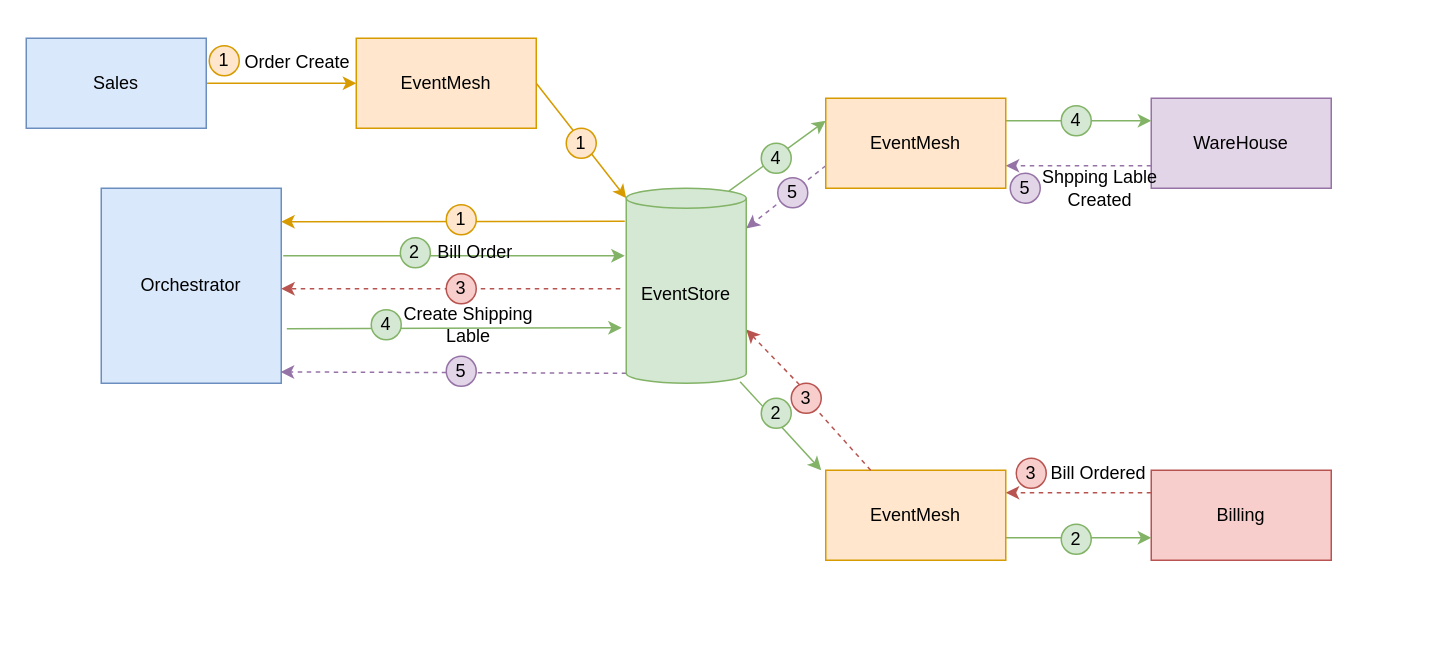
apache/eventmesh-site keeps this draw.io diagram as page "Page-11" (12 of 15) of eventmesh-multi-runtime.drawio. Above is the earlier version. Source tidied: cells renumbered, new cells numbered last; positions are measured from the earlier drawing's top-left corner, leaving out a move shared by most shapes. Both pictures are drawn from the tidied source at 150%, with x=0, y=0 at pixel (26, 38). Pictures stored in the file or linked from it are replaced by grey dashed boxes.
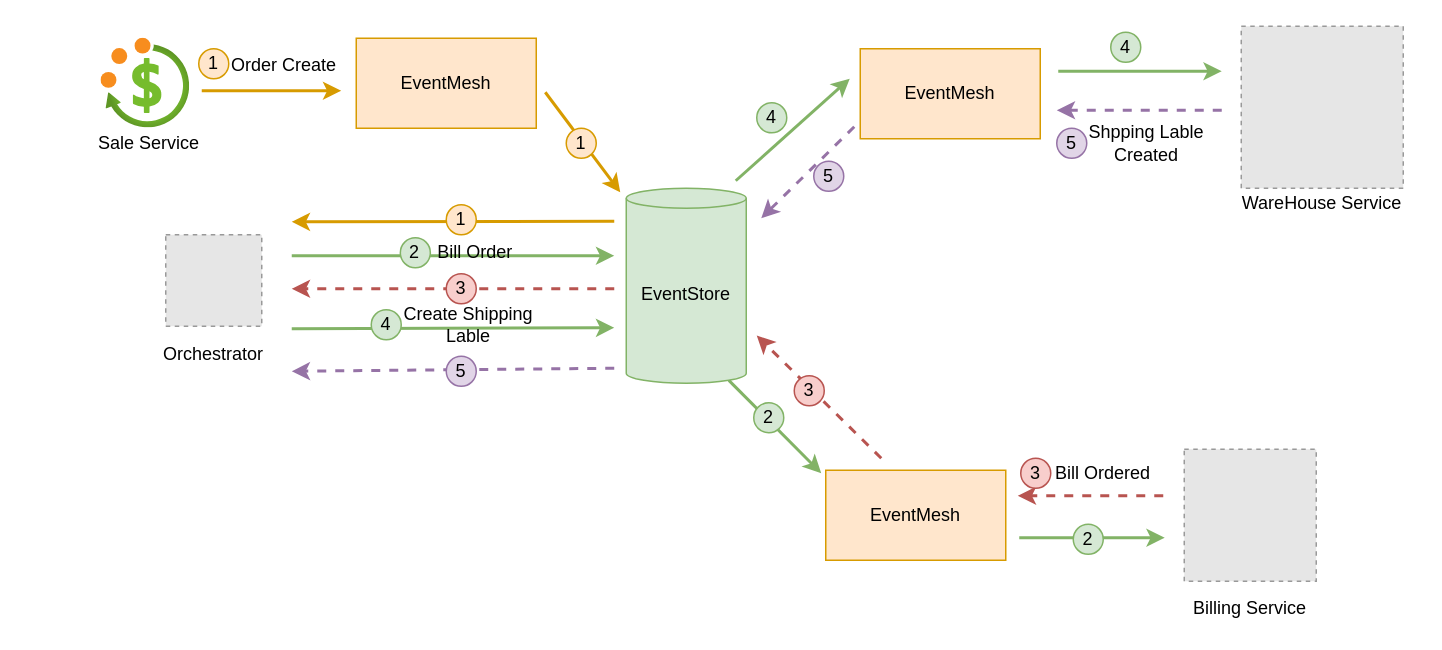
Above is the later version.

Unchanged cells that the change refers to:
```xml
<mxCell id="13" value="EventMesh" style="rounded=0;whiteSpace=wrap;html=1;strokeWidth=1;fillColor=#ffe6cc;strokeColor=#d79b00;" parent="1" vertex="1">
  <mxGeometry x="220" width="120" height="60" as="geometry" />
</mxCell>
<mxCell id="19" value="EventMesh" style="rounded=0;whiteSpace=wrap;html=1;strokeWidth=1;fillColor=#ffe6cc;strokeColor=#d79b00;" parent="1" vertex="1">
  <mxGeometry x="533" y="288" width="120" height="60" as="geometry" />
</mxCell>
<mxCell id="36" value="EventStore" style="shape=cylinder3;whiteSpace=wrap;html=1;boundedLbl=1;backgroundOutline=1;size=6.66668701171875;strokeColor=#82b366;strokeWidth=1;fillColor=#d5e8d4;" parent="1" vertex="1">
  <mxGeometry x="400" y="100" width="80" height="130" as="geometry" />
</mxCell>
```

Diff of the diagram source:
```diff
@@
-    <mxCell id="2" style="edgeStyle=none;rounded=0;jettySize=auto;html=1;fillColor=#d5e8d4;strokeColor=#82b366;exitX=0.949;exitY=0.992;exitDx=0;exitDy=0;exitPerimeter=0;" parent="1" edge="1" source="36">
+    <mxCell id="2" style="edgeStyle=none;rounded=0;jettySize=auto;html=1;fillColor=#d5e8d4;strokeColor=#82b366;strokeWidth=2;exitX=0.855;exitY=1;exitDx=0;exitDy=-1.9333392333984374;exitPerimeter=0;" parent="1" edge="1" source="36">
       <mxGeometry relative="1" as="geometry">
-        <mxPoint x="530" y="288" as="targetPoint" />
+        <mxPoint x="530" y="290" as="targetPoint" />
       </mxGeometry>
     </mxCell>
-    <mxCell id="3" style="edgeStyle=orthogonalEdgeStyle;rounded=0;jettySize=auto;html=1;exitX=1;exitY=0.5;exitDx=0;exitDy=0;fillColor=#ffe6cc;strokeColor=#d79b00;" parent="1" edge="1" source="4" target="13">
-      <mxGeometry relative="1" as="geometry" />
+    <mxCell id="3" style="edgeStyle=orthogonalEdgeStyle;rounded=0;orthogonalLoop=1;jettySize=auto;html=1;exitX=1;exitY=0.5;exitDx=0;exitDy=0;fillColor=#ffe6cc;strokeColor=#d79b00;strokeWidth=2;" parent="1" edge="1">
+      <mxGeometry relative="1" as="geometry">
+        <mxPoint x="117" y="35" as="sourcePoint" />
+        <mxPoint x="210" y="35" as="targetPoint" />
+      </mxGeometry>
     </mxCell>
-    <mxCell id="4" value="Sales" style="rounded=0;whiteSpace=wrap;html=1;strokeWidth=1;fillColor=#dae8fc;strokeColor=#6c8ebf;" parent="1" vertex="1">
-      <mxGeometry width="120" height="60" as="geometry" />
-    </mxCell>
-    <mxCell id="5" style="edgeStyle=none;rounded=0;jettySize=auto;html=1;exitX=0;exitY=0.75;exitDx=0;exitDy=0;entryX=1;entryY=0.75;entryDx=0;entryDy=0;fillColor=#e1d5e7;strokeColor=#9673a6;dashed=1;" parent="1" edge="1" source="6" target="16">
-      <mxGeometry relative="1" as="geometry" />
+    <mxCell id="5" style="edgeStyle=none;rounded=0;orthogonalLoop=1;jettySize=auto;html=1;entryX=1;entryY=0.75;entryDx=0;entryDy=0;fillColor=#e1d5e7;strokeColor=#9673a6;dashed=1;strokeWidth=2;" parent="1" edge="1">
+      <mxGeometry relative="1" as="geometry">
+        <mxPoint x="797" y="48" as="sourcePoint" />
+        <mxPoint x="687" y="48" as="targetPoint" />
+      </mxGeometry>
     </mxCell>
-    <mxCell id="6" value="WareHouse" style="rounded=0;whiteSpace=wrap;html=1;strokeWidth=1;fillColor=#e1d5e7;strokeColor=#9673a6;" parent="1" vertex="1">
-      <mxGeometry x="750" y="40" width="120" height="60" as="geometry" />
-    </mxCell>
-    <mxCell id="7" style="edgeStyle=none;rounded=0;jettySize=auto;html=1;exitX=0;exitY=0.25;exitDx=0;exitDy=0;dashed=1;fillColor=#f8cecc;strokeColor=#b85450;" parent="1" edge="1" source="8">
+    <mxCell id="7" style="edgeStyle=none;rounded=0;orthogonalLoop=1;jettySize=auto;html=1;exitX=0;exitY=0.25;exitDx=0;exitDy=0;dashed=1;fillColor=#f8cecc;strokeColor=#b85450;strokeWidth=2;" parent="1" edge="1">
       <mxGeometry relative="1" as="geometry">
-        <mxPoint x="653" y="303" as="targetPoint" />
+        <mxPoint x="758" y="305" as="sourcePoint" />
+        <mxPoint x="661" y="305" as="targetPoint" />
       </mxGeometry>
     </mxCell>
-    <mxCell id="8" value="Billing" style="rounded=0;whiteSpace=wrap;html=1;strokeWidth=1;fillColor=#f8cecc;strokeColor=#b85450;" parent="1" vertex="1">
-      <mxGeometry x="750" y="288" width="120" height="60" as="geometry" />
-    </mxCell>
-    <mxCell id="9" style="edgeStyle=none;rounded=0;orthogonalLoop=1;jettySize=auto;html=1;exitX=1.011;exitY=0.392;exitDx=0;exitDy=0;exitPerimeter=0;fillColor=#d5e8d4;strokeColor=#82b366;" parent="1" edge="1">
+    <mxCell id="9" style="edgeStyle=none;rounded=0;orthogonalLoop=1;jettySize=auto;html=1;exitX=1.011;exitY=0.392;exitDx=0;exitDy=0;exitPerimeter=0;fillColor=#d5e8d4;strokeColor=#82b366;strokeWidth=2;" parent="1" edge="1">
       <mxGeometry relative="1" as="geometry">
-        <mxPoint x="171.3" y="145" as="sourcePoint" />
-        <mxPoint x="399" y="145" as="targetPoint" />
+        <mxPoint x="177" y="145" as="sourcePoint" />
+        <mxPoint x="392" y="145" as="targetPoint" />
       </mxGeometry>
     </mxCell>
-    <mxCell id="10" style="edgeStyle=none;rounded=0;orthogonalLoop=1;jettySize=auto;html=1;exitX=1.031;exitY=0.797;exitDx=0;exitDy=0;exitPerimeter=0;fillColor=#d5e8d4;strokeColor=#82b366;" parent="1" edge="1">
+    <mxCell id="10" style="edgeStyle=none;rounded=0;orthogonalLoop=1;jettySize=auto;html=1;exitX=1.031;exitY=0.797;exitDx=0;exitDy=0;exitPerimeter=0;fillColor=#d5e8d4;strokeColor=#82b366;strokeWidth=2;" parent="1" edge="1">
       <mxGeometry relative="1" as="geometry">
-        <mxPoint x="173.7" y="193.6" as="sourcePoint" />
-        <mxPoint x="397" y="193" as="targetPoint" />
+        <mxPoint x="177" y="193.6" as="sourcePoint" />
+        <mxPoint x="392" y="193" as="targetPoint" />
       </mxGeometry>
     </mxCell>
-    <mxCell id="11" value="Orchestrator" style="rounded=0;whiteSpace=wrap;html=1;strokeWidth=1;fillColor=#dae8fc;strokeColor=#6c8ebf;" parent="1" vertex="1">
-      <mxGeometry x="50" y="100" width="120" height="130" as="geometry" />
-    </mxCell>
-    <mxCell id="12" style="rounded=0;jettySize=auto;html=1;exitX=1;exitY=0.5;exitDx=0;exitDy=0;entryX=0;entryY=0;entryDx=0;entryDy=6.66668701171875;entryPerimeter=0;fillColor=#ffe6cc;strokeColor=#d79b00;" parent="1" edge="1" source="13" target="36">
-      <mxGeometry relative="1" as="geometry" />
+    <mxCell id="12" style="rounded=0;orthogonalLoop=1;jettySize=auto;html=1;entryX=0;entryY=0;entryDx=0;entryDy=6.66668701171875;entryPerimeter=0;fillColor=#ffe6cc;strokeColor=#d79b00;strokeWidth=2;" parent="1" edge="1">
+      <mxGeometry relative="1" as="geometry">
+        <mxPoint x="346" y="36" as="sourcePoint" />
+        <mxPoint x="396" y="102.7" as="targetPoint" />
+      </mxGeometry>
     </mxCell>
@@
-    <mxCell id="14" style="edgeStyle=none;rounded=0;jettySize=auto;html=1;exitX=1;exitY=0.25;exitDx=0;exitDy=0;entryX=0;entryY=0.25;entryDx=0;entryDy=0;fillColor=#d5e8d4;strokeColor=#82b366;" parent="1" edge="1" source="16" target="6">
-      <mxGeometry relative="1" as="geometry" />
+    <mxCell id="14" style="edgeStyle=none;rounded=0;orthogonalLoop=1;jettySize=auto;html=1;exitX=1;exitY=0.25;exitDx=0;exitDy=0;fillColor=#d5e8d4;strokeColor=#82b366;strokeWidth=2;" parent="1" edge="1">
+      <mxGeometry relative="1" as="geometry">
+        <mxPoint x="688" y="22" as="sourcePoint" />
+        <mxPoint x="797" y="22" as="targetPoint" />
+      </mxGeometry>
     </mxCell>
-    <mxCell id="15" style="edgeStyle=none;rounded=0;jettySize=auto;html=1;exitX=0;exitY=0.75;exitDx=0;exitDy=0;entryX=1;entryY=0.206;entryDx=0;entryDy=0;entryPerimeter=0;dashed=1;fillColor=#e1d5e7;strokeColor=#9673a6;" parent="1" edge="1" source="16" target="36">
-      <mxGeometry relative="1" as="geometry" />
+    <mxCell id="15" style="edgeStyle=none;rounded=0;orthogonalLoop=1;jettySize=auto;html=1;dashed=1;fillColor=#e1d5e7;strokeColor=#9673a6;strokeWidth=2;" parent="1" edge="1">
+      <mxGeometry relative="1" as="geometry">
+        <mxPoint x="552" y="59" as="sourcePoint" />
+        <mxPoint x="490" y="120" as="targetPoint" />
+      </mxGeometry>
     </mxCell>
     <mxCell id="16" value="EventMesh" style="rounded=0;whiteSpace=wrap;html=1;strokeWidth=1;fillColor=#ffe6cc;strokeColor=#d79b00;" parent="1" vertex="1">
-      <mxGeometry x="533" y="40" width="120" height="60" as="geometry" />
+      <mxGeometry x="556" y="7" width="120" height="60" as="geometry" />
     </mxCell>
-    <mxCell id="17" style="edgeStyle=none;rounded=0;jettySize=auto;html=1;exitX=1;exitY=0.75;exitDx=0;exitDy=0;entryX=0;entryY=0.75;entryDx=0;entryDy=0;fillColor=#d5e8d4;strokeColor=#82b366;" parent="1" edge="1" source="19" target="8">
-      <mxGeometry relative="1" as="geometry" />
+    <mxCell id="17" style="edgeStyle=none;rounded=0;orthogonalLoop=1;jettySize=auto;html=1;exitX=1;exitY=0.75;exitDx=0;exitDy=0;entryX=0;entryY=0.75;entryDx=0;entryDy=0;fillColor=#d5e8d4;strokeColor=#82b366;strokeWidth=2;" parent="1" edge="1">
+      <mxGeometry relative="1" as="geometry">
+        <mxPoint x="662" y="333" as="sourcePoint" />
+        <mxPoint x="759" y="333" as="targetPoint" />
+      </mxGeometry>
     </mxCell>
-    <mxCell id="18" style="edgeStyle=none;rounded=0;jettySize=auto;html=1;exitX=0.25;exitY=0;exitDx=0;exitDy=0;dashed=1;fillColor=#f8cecc;strokeColor=#b85450;startArrow=none;entryX=1;entryY=0;entryDx=0;entryDy=94.16665649414062;entryPerimeter=0;" parent="1" edge="1" source="37" target="36">
-      <mxGeometry relative="1" as="geometry" />
+    <mxCell id="18" style="edgeStyle=none;rounded=0;orthogonalLoop=1;jettySize=auto;html=1;dashed=1;fillColor=#f8cecc;strokeColor=#b85450;startArrow=none;entryX=1;entryY=0;entryDx=0;entryDy=94.16665649414062;entryPerimeter=0;strokeWidth=2;" parent="1" edge="1">
+      <mxGeometry relative="1" as="geometry">
+        <mxPoint x="570" y="280" as="sourcePoint" />
+        <mxPoint x="487" y="198.2" as="targetPoint" />
+      </mxGeometry>
     </mxCell>
@@
     <mxCell id="20" value="1" style="ellipse;whiteSpace=wrap;html=1;strokeColor=#d79b00;strokeWidth=1;fillColor=#ffe6cc;" parent="1" vertex="1">
-      <mxGeometry x="122" y="5" width="20" height="20" as="geometry" />
+      <mxGeometry x="115" y="7" width="20" height="20" as="geometry" />
     </mxCell>
@@
-    <mxCell id="22" style="edgeStyle=none;rounded=0;jettySize=auto;html=1;entryX=1;entryY=0.172;entryDx=0;entryDy=0;entryPerimeter=0;fillColor=#ffe6cc;strokeColor=#d79b00;" parent="1" edge="1" target="11">
+    <mxCell id="22" style="edgeStyle=none;rounded=0;orthogonalLoop=1;jettySize=auto;html=1;entryX=1;entryY=0.172;entryDx=0;entryDy=0;entryPerimeter=0;fillColor=#ffe6cc;strokeColor=#d79b00;strokeWidth=2;" parent="1" edge="1">
       <mxGeometry relative="1" as="geometry">
-        <mxPoint x="399" y="122" as="sourcePoint" />
+        <mxPoint x="392" y="122" as="sourcePoint" />
+        <mxPoint x="177" y="122.4" as="targetPoint" />
       </mxGeometry>
     </mxCell>
     <mxCell id="23" value="Order Create" style="text;html=1;strokeColor=none;fillColor=none;align=center;verticalAlign=middle;whiteSpace=wrap;rounded=0;" parent="1" vertex="1">
-      <mxGeometry x="141" y="6" width="80" height="20" as="geometry" />
+      <mxGeometry x="132" y="8" width="80" height="20" as="geometry" />
     </mxCell>
@@
     <mxCell id="27" value="2" style="ellipse;whiteSpace=wrap;html=1;strokeColor=#82b366;strokeWidth=1;fillColor=#d5e8d4;" parent="1" vertex="1">
-      <mxGeometry x="490" y="240" width="20" height="20" as="geometry" />
+      <mxGeometry x="485" y="243" width="20" height="20" as="geometry" />
     </mxCell>
     <mxCell id="28" value="2" style="ellipse;whiteSpace=wrap;html=1;strokeColor=#82b366;strokeWidth=1;fillColor=#d5e8d4;" parent="1" vertex="1">
-      <mxGeometry x="690" y="324" width="20" height="20" as="geometry" />
+      <mxGeometry x="698" y="324" width="20" height="20" as="geometry" />
     </mxCell>
     <mxCell id="29" value="3" style="ellipse;whiteSpace=wrap;html=1;strokeColor=#b85450;strokeWidth=1;fillColor=#f8cecc;" parent="1" vertex="1">
-      <mxGeometry x="660" y="280" width="20" height="20" as="geometry" />
+      <mxGeometry x="663" y="280" width="20" height="20" as="geometry" />
     </mxCell>
     <mxCell id="30" value="Bill Ordered" style="text;html=1;strokeColor=none;fillColor=none;align=center;verticalAlign=middle;whiteSpace=wrap;rounded=0;" parent="1" vertex="1">
-      <mxGeometry x="680" y="280" width="70" height="20" as="geometry" />
+      <mxGeometry x="683" y="280" width="70" height="20" as="geometry" />
     </mxCell>
-    <mxCell id="31" style="edgeStyle=none;rounded=0;orthogonalLoop=1;jettySize=auto;html=1;dashed=1;fillColor=#f8cecc;strokeColor=#b85450;" parent="1" edge="1">
+    <mxCell id="31" style="edgeStyle=none;rounded=0;orthogonalLoop=1;jettySize=auto;html=1;dashed=1;fillColor=#f8cecc;strokeColor=#b85450;strokeWidth=2;" parent="1" edge="1">
       <mxGeometry relative="1" as="geometry">
-        <mxPoint x="396" y="167" as="sourcePoint" />
-        <mxPoint x="170" y="167" as="targetPoint" />
+        <mxPoint x="392" y="167" as="sourcePoint" />
+        <mxPoint x="177" y="167" as="targetPoint" />
       </mxGeometry>
     </mxCell>
@@
-    <mxCell id="34" style="edgeStyle=none;rounded=0;jettySize=auto;html=1;exitX=0.855;exitY=0;exitDx=0;exitDy=1.9333392333984374;exitPerimeter=0;entryX=0;entryY=0.25;entryDx=0;entryDy=0;fillColor=#d5e8d4;strokeColor=#82b366;" parent="1" edge="1" source="36" target="16">
-      <mxGeometry relative="1" as="geometry" />
+    <mxCell id="34" style="edgeStyle=none;rounded=0;orthogonalLoop=1;jettySize=auto;html=1;entryX=0;entryY=0.25;entryDx=0;entryDy=0;fillColor=#d5e8d4;strokeColor=#82b366;strokeWidth=2;" parent="1" edge="1">
+      <mxGeometry relative="1" as="geometry">
+        <mxPoint x="473" y="95" as="sourcePoint" />
+        <mxPoint x="549" y="27" as="targetPoint" />
+      </mxGeometry>
     </mxCell>
-    <mxCell id="35" style="edgeStyle=none;rounded=0;jettySize=auto;html=1;exitX=0;exitY=1;exitDx=0;exitDy=-6.66668701171875;exitPerimeter=0;entryX=0.997;entryY=0.942;entryDx=0;entryDy=0;entryPerimeter=0;dashed=1;fillColor=#e1d5e7;strokeColor=#9673a6;" parent="1" edge="1" source="36" target="11">
-      <mxGeometry relative="1" as="geometry" />
+    <mxCell id="35" style="edgeStyle=none;rounded=0;orthogonalLoop=1;jettySize=auto;html=1;dashed=1;fillColor=#e1d5e7;strokeColor=#9673a6;strokeWidth=2;" parent="1" edge="1">
+      <mxGeometry relative="1" as="geometry">
+        <mxPoint x="392" y="220" as="sourcePoint" />
+        <mxPoint x="177" y="222" as="targetPoint" />
+      </mxGeometry>
     </mxCell>
@@
-    <mxCell id="37" value="3" style="ellipse;whiteSpace=wrap;html=1;strokeColor=#b85450;strokeWidth=1;fillColor=#f8cecc;" parent="1" vertex="1">
-      <mxGeometry x="510" y="230" width="20" height="20" as="geometry" />
-    </mxCell>
-    <mxCell id="38" style="edgeStyle=none;rounded=0;jettySize=auto;html=1;exitX=0.25;exitY=0;exitDx=0;exitDy=0;dashed=1;fillColor=#f8cecc;strokeColor=#b85450;endArrow=none;" parent="1" edge="1" source="19" target="37">
-      <mxGeometry relative="1" as="geometry" />
-    </mxCell>
@@
     <mxCell id="42" value="4" style="ellipse;whiteSpace=wrap;html=1;strokeColor=#82b366;strokeWidth=1;fillColor=#d5e8d4;" parent="1" vertex="1">
-      <mxGeometry x="490" y="70" width="20" height="20" as="geometry" />
+      <mxGeometry x="487" y="43" width="20" height="20" as="geometry" />
     </mxCell>
     <mxCell id="43" value="4" style="ellipse;whiteSpace=wrap;html=1;strokeColor=#82b366;strokeWidth=1;fillColor=#d5e8d4;" parent="1" vertex="1">
-      <mxGeometry x="690" y="45" width="20" height="20" as="geometry" />
+      <mxGeometry x="723" y="-4" width="20" height="20" as="geometry" />
     </mxCell>
     <mxCell id="44" value="5" style="ellipse;whiteSpace=wrap;html=1;strokeColor=#9673a6;strokeWidth=1;fillColor=#e1d5e7;" parent="1" vertex="1">
-      <mxGeometry x="656" y="90" width="20" height="20" as="geometry" />
+      <mxGeometry x="687" y="60" width="20" height="20" as="geometry" />
     </mxCell>
     <mxCell id="45" value="5" style="ellipse;whiteSpace=wrap;html=1;strokeColor=#9673a6;strokeWidth=1;fillColor=#e1d5e7;" parent="1" vertex="1">
-      <mxGeometry x="501" y="93" width="20" height="20" as="geometry" />
+      <mxGeometry x="525" y="82" width="20" height="20" as="geometry" />
     </mxCell>
@@
     <mxCell id="47" value="Shpping Lable Created" style="text;html=1;strokeColor=none;fillColor=none;align=center;verticalAlign=middle;whiteSpace=wrap;rounded=0;" parent="1" vertex="1">
-      <mxGeometry x="676" y="90" width="80" height="20" as="geometry" />
+      <mxGeometry x="707" y="60" width="80" height="20" as="geometry" />
     </mxCell>
+    <mxCell id="48" style="html=1;align=center;image;fontSize=12;image=img/lib/azure2/general/Cost_Budgets.svg;" parent="1" vertex="1">
+      <mxGeometry x="50" width="59.1" height="60" as="geometry" />
+    </mxCell>
+    <mxCell id="49" value="Sale Service" style="text;html=1;strokeColor=none;fillColor=none;align=center;verticalAlign=middle;whiteSpace=wrap;rounded=0;" parent="1" vertex="1">
+      <mxGeometry x="42" y="60" width="80" height="20" as="geometry" />
+    </mxCell>
+    <mxCell id="50" style="fillColor=#E6E6E6;strokeColor=#999999;dashed=1;html=1;verticalAlign=top;verticalLabelPosition=bottom;labelBackgroundColor=#ffffff;fontColor=#000000;" parent="1" vertex="1">
+      <mxGeometry x="810" y="-8" width="108" height="108" as="geometry" />
+    </mxCell>
+    <mxCell id="51" value="WareHouse Service" style="text;html=1;strokeColor=none;fillColor=none;align=center;verticalAlign=middle;whiteSpace=wrap;rounded=0;" parent="1" vertex="1">
+      <mxGeometry x="801" y="100" width="126" height="20" as="geometry" />
+    </mxCell>
+    <mxCell id="37" value="3" style="ellipse;whiteSpace=wrap;html=1;strokeColor=#b85450;strokeWidth=1;fillColor=#f8cecc;" parent="1" vertex="1">
+      <mxGeometry x="512" y="225" width="20" height="20" as="geometry" />
+    </mxCell>
+    <mxCell id="52" style="fillColor=#E6E6E6;strokeColor=#999999;dashed=1;verticalLabelPosition=bottom;labelBackgroundColor=#ffffff;verticalAlign=top;" parent="1" vertex="1">
+      <mxGeometry x="93" y="131" width="64" height="61" as="geometry" />
+    </mxCell>
+    <mxCell id="11" value="Orchestrator" style="text;html=1;strokeColor=none;fillColor=none;align=center;verticalAlign=middle;whiteSpace=wrap;rounded=0;" parent="1" vertex="1">
+      <mxGeometry x="85" y="201" width="80" height="20" as="geometry" />
+    </mxCell>
+    <mxCell id="53" style="fillColor=#E6E6E6;strokeColor=#999999;dashed=1;html=1;verticalAlign=top;verticalLabelPosition=bottom;labelBackgroundColor=#ffffff;fontColor=#000000;" parent="1" vertex="1">
+      <mxGeometry x="772" y="274" width="88" height="88" as="geometry" />
+    </mxCell>
+    <mxCell id="54" value="Billing Service" style="text;html=1;strokeColor=none;fillColor=none;align=center;verticalAlign=middle;whiteSpace=wrap;rounded=0;" parent="1" vertex="1">
+      <mxGeometry x="753" y="370" width="126" height="20" as="geometry" />
+    </mxCell>
```
